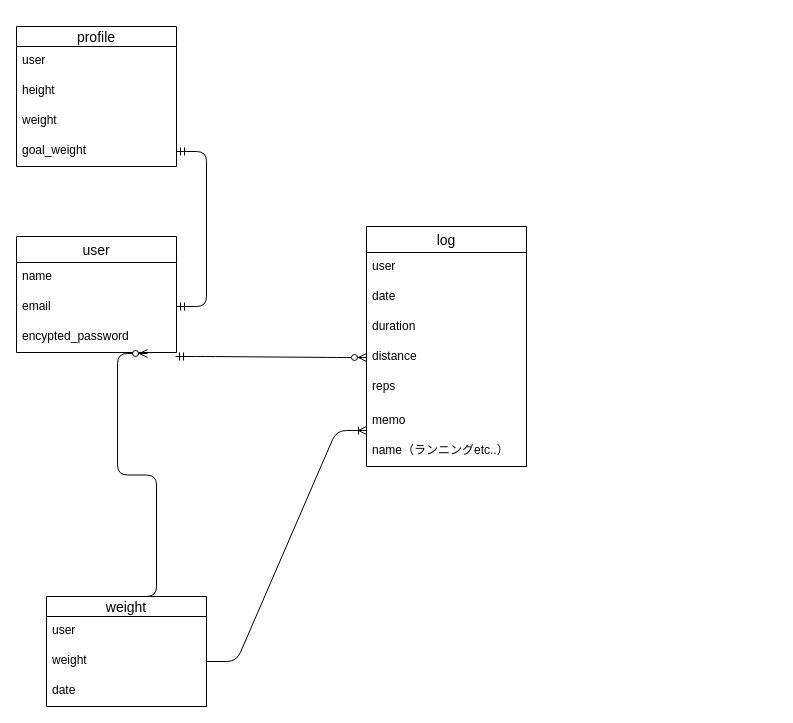
Before: test.dio in yuuuuuuuka/my_step, a draw.io diagram. Source tidied: cells renumbered, new cells numbered last; positions are measured from the earlier drawing's top-left corner, leaving out a move shared by most shapes. Both pictures are drawn from the tidied source at 100%, with x=0, y=0 at pixel (16, 26).
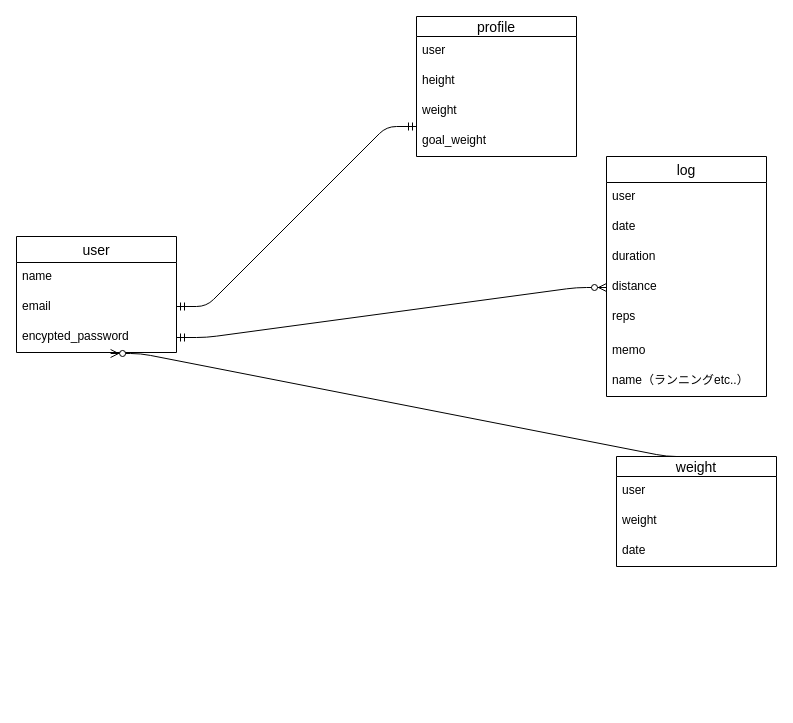
The same page after the edit.

Unchanged cells that the change refers to:
```xml
<mxCell id="5" value="encypted_password&#10;&#10;" style="text;strokeColor=none;fillColor=none;spacingLeft=4;spacingRight=4;overflow=hidden;points=[[0,0.5],[1,0.5]];portConstraint=eastwest;fontSize=12;" parent="2" vertex="1">
  <mxGeometry y="86" width="160" height="30" as="geometry" />
</mxCell>
<mxCell id="10" value="weight" style="text;strokeColor=none;fillColor=none;spacingLeft=4;spacingRight=4;overflow=hidden;points=[[0,0.5],[1,0.5]];portConstraint=eastwest;fontSize=12;" parent="7" vertex="1">
  <mxGeometry y="80" width="160" height="30" as="geometry" />
</mxCell>
<mxCell id="11" value="goal_weight" style="text;strokeColor=none;fillColor=none;spacingLeft=4;spacingRight=4;overflow=hidden;points=[[0,0.5],[1,0.5]];portConstraint=eastwest;fontSize=12;" parent="7" vertex="1">
  <mxGeometry y="110" width="160" height="30" as="geometry" />
</mxCell>
<mxCell id="17" value="distance" style="text;strokeColor=none;fillColor=none;spacingLeft=4;spacingRight=4;overflow=hidden;points=[[0,0.5],[1,0.5]];portConstraint=eastwest;fontSize=12;" parent="13" vertex="1">
  <mxGeometry y="116" width="160" height="30" as="geometry" />
</mxCell>
<mxCell id="19" value="memo" style="text;strokeColor=none;fillColor=none;spacingLeft=4;spacingRight=4;overflow=hidden;points=[[0,0.5],[1,0.5]];portConstraint=eastwest;fontSize=12;" parent="13" vertex="1">
  <mxGeometry y="180" width="160" height="30" as="geometry" />
</mxCell>
<mxCell id="23" value="weight" style="text;strokeColor=none;fillColor=none;spacingLeft=4;spacingRight=4;overflow=hidden;points=[[0,0.5],[1,0.5]];portConstraint=eastwest;fontSize=12;" parent="21" vertex="1">
  <mxGeometry y="50" width="160" height="30" as="geometry" />
</mxCell>
```

Change to the diagram source:
```diff
@@
-    <mxCell id="6" style="edgeStyle=entityRelationEdgeStyle;fontSize=12;html=1;endArrow=ERzeroToMany;startArrow=ERmandOne;exitX=0.994;exitY=1.133;exitDx=0;exitDy=0;exitPerimeter=0;entryX=0;entryY=0.5;entryDx=0;entryDy=0;" parent="1" edge="1" source="5" target="17">
+    <mxCell id="6" style="edgeStyle=entityRelationEdgeStyle;fontSize=12;html=1;endArrow=ERzeroToMany;startArrow=ERmandOne;exitX=1;exitY=0.5;exitDx=0;exitDy=0;entryX=0;entryY=0.5;entryDx=0;entryDy=0;" parent="1" edge="1" source="5" target="17">
       <mxGeometry relative="1" as="geometry" />
     </mxCell>
     <mxCell id="7" value="profile" style="swimlane;fontStyle=0;horizontal=1;startSize=20;align=center;fontSize=14;" parent="1" vertex="1">
-      <mxGeometry width="160" height="140" as="geometry" />
+      <mxGeometry x="400" y="-10" width="160" height="140" as="geometry" />
     </mxCell>
@@
-    <mxCell id="12" style="edgeStyle=entityRelationEdgeStyle;fontSize=12;html=1;endArrow=ERmandOne;startArrow=ERmandOne;entryX=1;entryY=0.5;entryDx=0;entryDy=0;" parent="1" edge="1" target="11">
+    <mxCell id="12" style="edgeStyle=entityRelationEdgeStyle;fontSize=12;html=1;endArrow=ERmandOne;startArrow=ERmandOne;entryX=0;entryY=1;entryDx=0;entryDy=0;entryPerimeter=0;" parent="1" edge="1" target="10">
       <mxGeometry relative="1" as="geometry">
         <mxPoint x="160" y="280" as="sourcePoint" />
       </mxGeometry>
     </mxCell>
     <mxCell id="13" value="log" style="swimlane;fontStyle=0;horizontal=1;startSize=26;align=center;fontSize=14;" parent="1" vertex="1">
-      <mxGeometry x="350" y="200" width="160" height="240" as="geometry" />
+      <mxGeometry x="590" y="130" width="160" height="240" as="geometry" />
     </mxCell>
@@
     <mxCell id="21" value="weight" style="swimlane;fontStyle=0;horizontal=1;startSize=20;align=center;fontSize=14;" parent="1" vertex="1">
-      <mxGeometry x="30" y="570" width="160" height="110" as="geometry" />
+      <mxGeometry x="600" y="430" width="160" height="110" as="geometry" />
     </mxCell>
@@
-    <mxCell id="25" style="edgeStyle=entityRelationEdgeStyle;fontSize=12;html=1;endArrow=ERzeroToMany;endFill=1;exitX=0.5;exitY=0;exitDx=0;exitDy=0;entryX=0.819;entryY=1.033;entryDx=0;entryDy=0;entryPerimeter=0;" parent="1" edge="1" source="21" target="5">
+    <mxCell id="25" style="edgeStyle=entityRelationEdgeStyle;fontSize=12;html=1;endArrow=ERzeroToMany;endFill=1;exitX=0.5;exitY=0;exitDx=0;exitDy=0;entryX=0.588;entryY=1.033;entryDx=0;entryDy=0;entryPerimeter=0;" parent="1" edge="1" source="21" target="5">
       <mxGeometry relative="1" as="geometry" />
     </mxCell>
-    <mxCell id="26" style="edgeStyle=entityRelationEdgeStyle;fontSize=12;html=1;endArrow=ERoneToMany;exitX=1;exitY=0.5;exitDx=0;exitDy=0;entryX=0;entryY=0.8;entryDx=0;entryDy=0;entryPerimeter=0;" parent="1" edge="1" source="23" target="19">
-      <mxGeometry relative="1" as="geometry" />
-    </mxCell>
```
